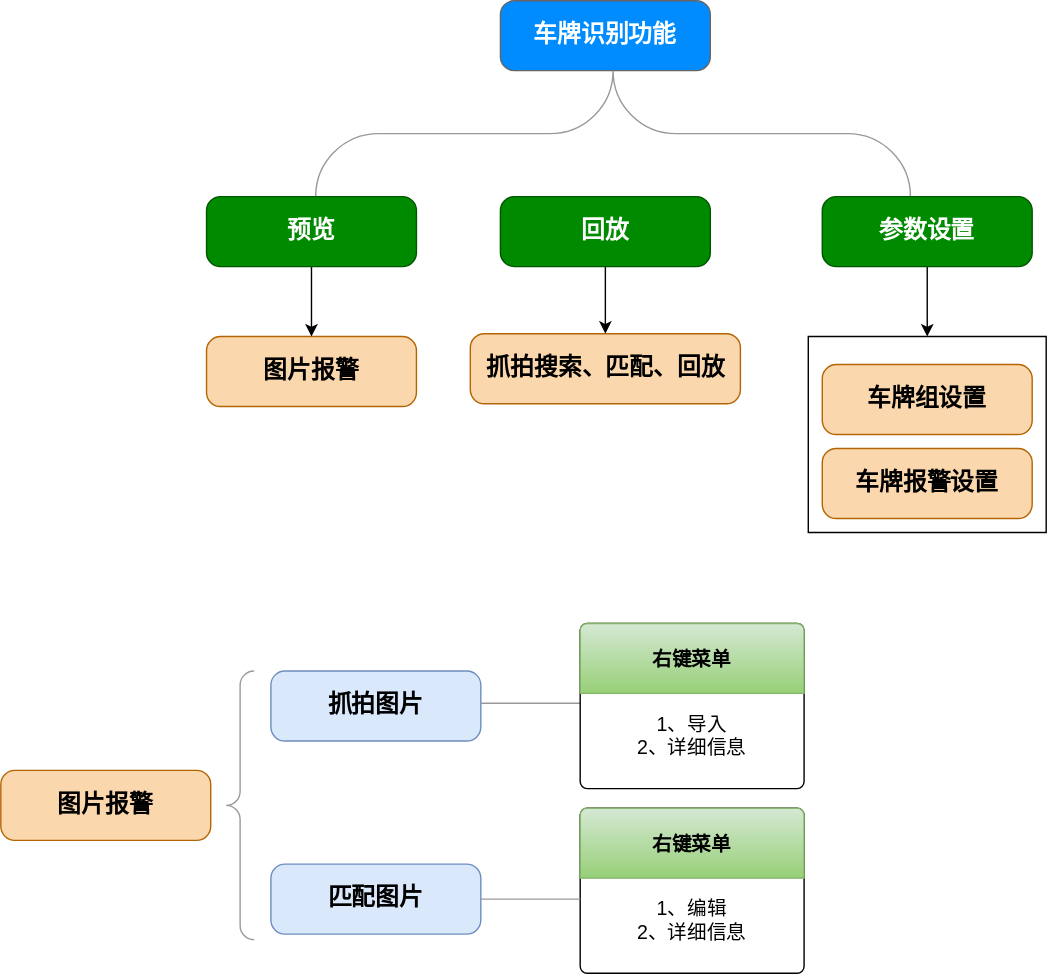
Above: 车牌识别.svg in wing-cen/testPage (draw.io), before the change. Source tidied: cells renumbered, new cells last; positions are measured from the earlier drawing's top-left corner, leaving out a move shared by most shapes.
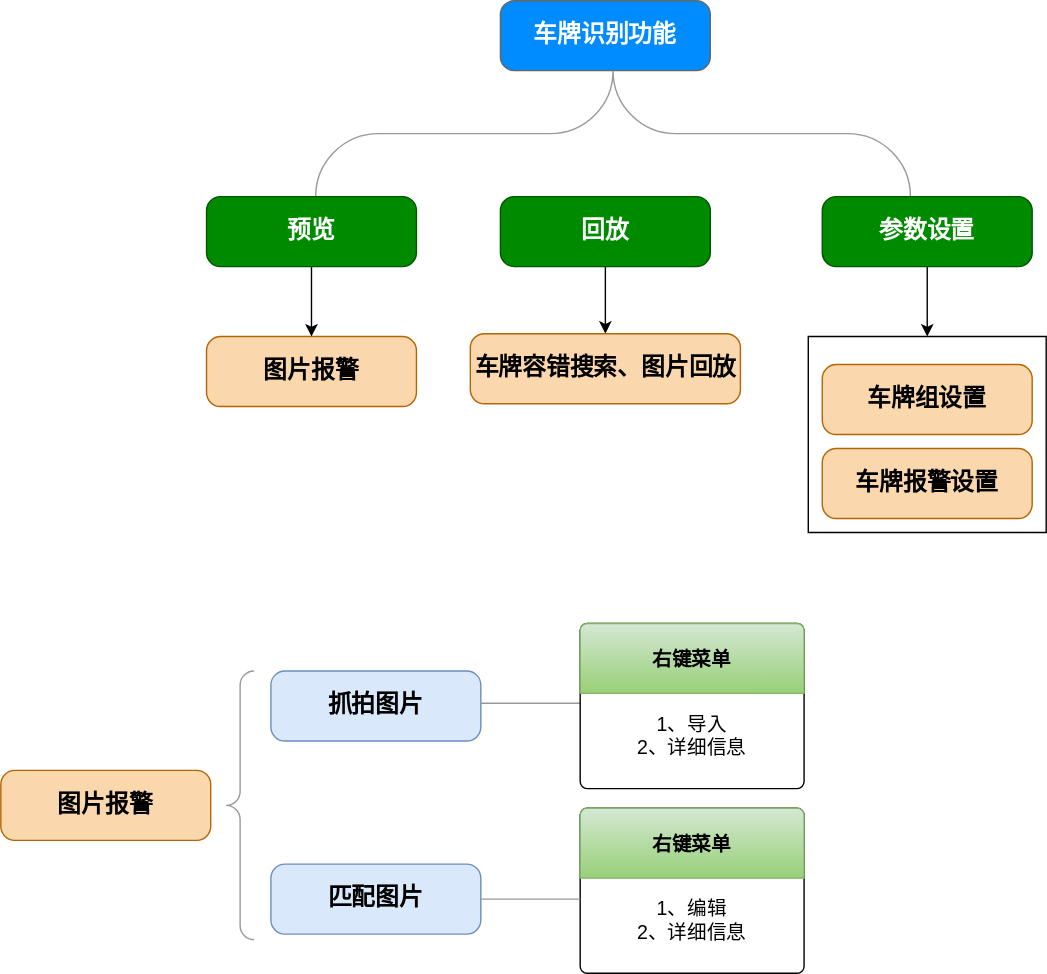
Above is the later version.

Commit message:
更新车牌识别.svg

Change to the diagram source:
```diff
@@ -31,7 +31,7 @@
     <mxCell id="10" value="预览" style="strokeWidth=1;shadow=0;dashed=0;align=center;html=1;shape=mxgraph.mockup.buttons.button;strokeColor=#005700;mainText=;buttonStyle=round;fontSize=17;fontStyle=1;fillColor=#008a00;whiteSpace=wrap;fontColor=#ffffff;" parent="1" vertex="1">
       <mxGeometry x="147" y="140" width="150" height="50" as="geometry" />
     </mxCell>
-    <mxCell id="11" value="抓拍搜索、匹配、回放" style="strokeWidth=1;shadow=0;dashed=0;align=center;html=1;shape=mxgraph.mockup.buttons.button;strokeColor=#b46504;mainText=;buttonStyle=round;fontSize=17;fontStyle=1;fillColor=#fad7ac;whiteSpace=wrap;" parent="1" vertex="1">
+    <mxCell id="11" value="车牌容错搜索、图片回放" style="strokeWidth=1;shadow=0;dashed=0;align=center;html=1;shape=mxgraph.mockup.buttons.button;strokeColor=#b46504;mainText=;buttonStyle=round;fontSize=17;fontStyle=1;fillColor=#fad7ac;whiteSpace=wrap;" parent="1" vertex="1">
       <mxGeometry x="335.5" y="238" width="193" height="50" as="geometry" />
     </mxCell>
     <mxCell id="12" style="verticalLabelPosition=bottom;verticalAlign=top;html=1;shape=mxgraph.basic.rect;fillColor2=none;strokeWidth=1;size=20;indent=5;" parent="1" vertex="1">
```
